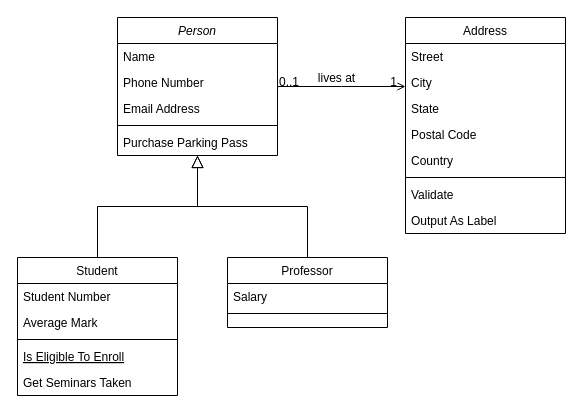
Before: Діаграма без назви.drawio in RoyBebru/addressbook2-uml, a draw.io diagram. Source tidied: cells renumbered, new cells numbered last; positions are measured from the earlier drawing's top-left corner, leaving out a move shared by most shapes. Both pictures are drawn from the tidied source at 100%, with x=0, y=0 at pixel (17, 17).
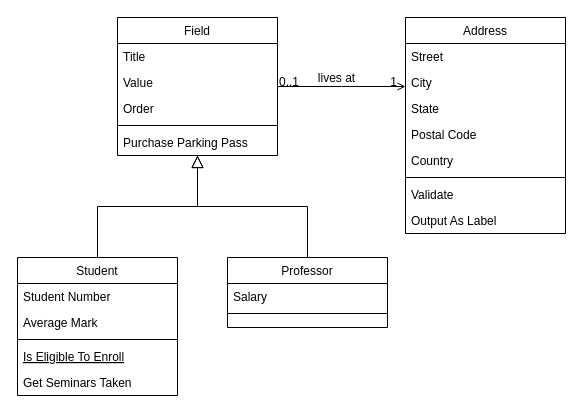
After the change.

Change to the diagram source:
```diff
@@
-    <mxCell id="2" value="Person" style="swimlane;fontStyle=2;align=center;verticalAlign=top;horizontal=1;startSize=26;rounded=0;shadow=0;strokeWidth=1;" parent="1" vertex="1">
+    <mxCell id="2" value="Field" style="swimlane;fontStyle=0;align=center;verticalAlign=top;horizontal=1;startSize=26;rounded=0;shadow=0;strokeWidth=1;" parent="1" vertex="1">
       <mxGeometry x="100" width="160" height="138" as="geometry" />
     </mxCell>
-    <mxCell id="3" value="Name" style="text;align=left;verticalAlign=top;spacingLeft=4;spacingRight=4;overflow=hidden;" parent="2" vertex="1">
+    <mxCell id="3" value="Title" style="text;align=left;verticalAlign=top;spacingLeft=4;spacingRight=4;overflow=hidden;" parent="2" vertex="1">
       <mxGeometry y="26" width="160" height="26" as="geometry" />
     </mxCell>
-    <mxCell id="4" value="Phone Number" style="text;align=left;verticalAlign=top;spacingLeft=4;spacingRight=4;overflow=hidden;rounded=0;shadow=0;html=0;" parent="2" vertex="1">
+    <mxCell id="4" value="Value    " style="text;align=left;verticalAlign=top;spacingLeft=4;spacingRight=4;overflow=hidden;rounded=0;shadow=0;html=0;" parent="2" vertex="1">
       <mxGeometry y="52" width="160" height="26" as="geometry" />
     </mxCell>
-    <mxCell id="5" value="Email Address" style="text;align=left;verticalAlign=top;spacingLeft=4;spacingRight=4;overflow=hidden;rounded=0;shadow=0;html=0;" parent="2" vertex="1">
+    <mxCell id="5" value="Order" style="text;align=left;verticalAlign=top;spacingLeft=4;spacingRight=4;overflow=hidden;rounded=0;shadow=0;html=0;" parent="2" vertex="1">
       <mxGeometry y="78" width="160" height="26" as="geometry" />
     </mxCell>
```
